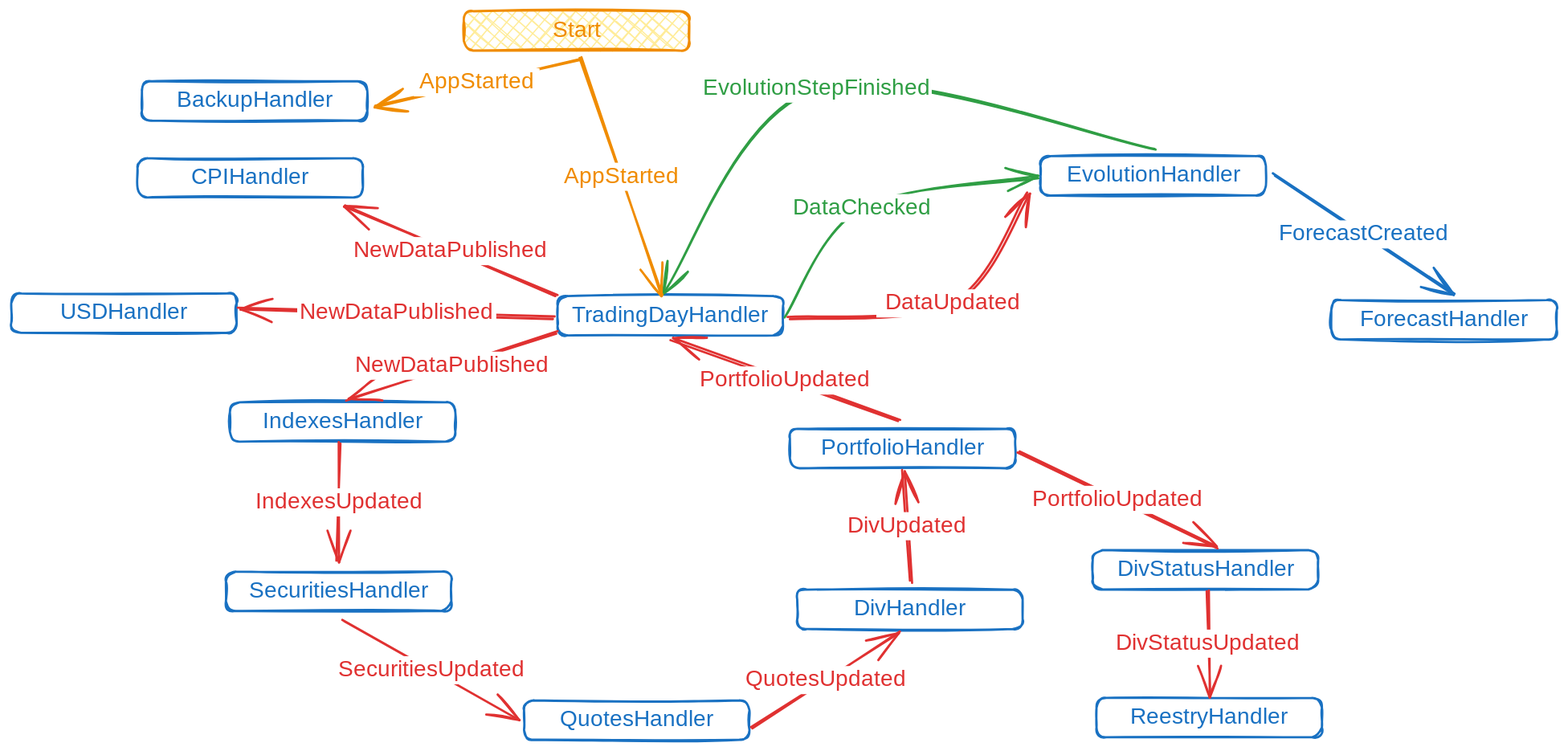
Earlier version of the Excalidraw export docs/.excalidraw.svg (WLM1ke/poptimizer). Source tidied: one line per element, renumbered; positions are measured from the earlier drawing's top-left corner, leaving out a move shared by most shapes.
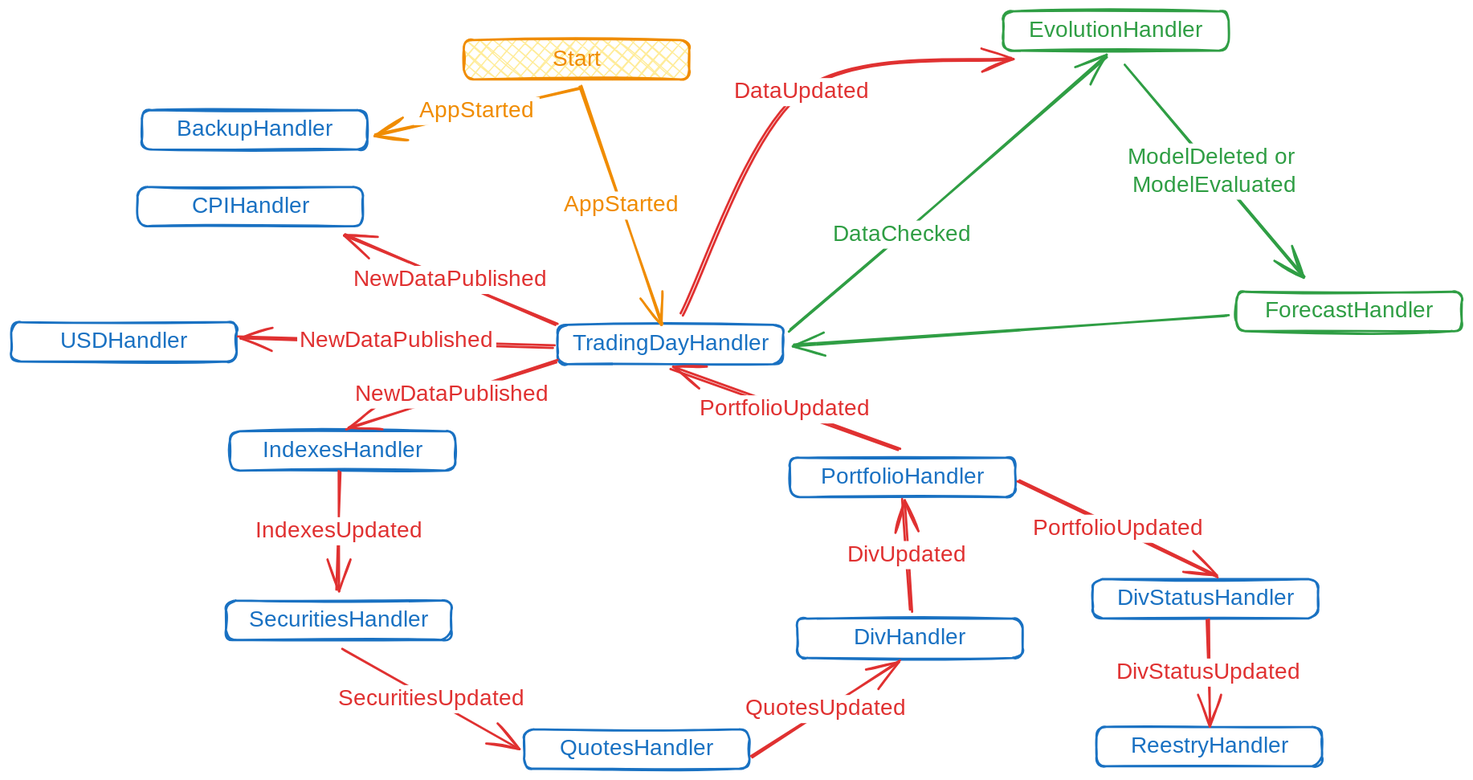
The same file after the commit.

Change to the diagram source:
```diff
@@ -1,17 +1,15 @@
 {"id": 0, "type": "rectangle", "strokeColor": "#1971c2", "strokeWidth": 2, "roughness": 1, "round": true, "x": 486, "y": 253, "width": 200, "height": 35}
 {"id": 1, "type": "text", "text": "TradingDayHandler", "strokeColor": "#1971c2", "strokeWidth": 2, "roughness": 1, "fontSize": 20, "fontFamily": 1, "textAlign": "center", "verticalAlign": "middle", "inside": 0, "x": 496, "y": 258, "width": 181, "height": 25}
-{"id": 2, "type": "rectangle", "strokeColor": "#1971c2", "strokeWidth": 2, "roughness": 1, "round": true, "x": 915, "y": 129, "width": 200, "height": 35}
+{"id": 2, "type": "rectangle", "strokeColor": "#2f9e44", "strokeWidth": 2, "roughness": 1, "round": true, "x": 882, "y": -26, "width": 200, "height": 35}
-{"id": 3, "type": "text", "text": "EvolutionHandler", "strokeColor": "#1971c2", "strokeWidth": 2, "roughness": 1, "fontSize": 20, "fontFamily": 1, "textAlign": "center", "verticalAlign": "middle", "inside": 2, "x": 937, "y": 134, "width": 158, "height": 25}
+{"id": 3, "type": "text", "text": "EvolutionHandler", "strokeColor": "#2f9e44", "strokeWidth": 2, "roughness": 1, "fontSize": 20, "fontFamily": 1, "textAlign": "center", "verticalAlign": "middle", "inside": 2, "x": 904, "y": -21, "width": 158, "height": 25}
-{"id": 4, "type": "arrow", "strokeColor": "#2f9e44", "strokeWidth": 2, "roughness": 1, "endArrowhead": "arrow", "round": true, "from": 0, "to": 2, "x": 689, "y": 271, "width": 223, "height": 123, "points": [[0, 0], [67, -96], [223, -123]]}
+{"id": 4, "type": "arrow", "strokeColor": "#2f9e44", "strokeWidth": 2, "roughness": 1, "endArrowhead": "arrow", "round": true, "from": 0, "to": 2, "x": 693, "y": 258, "width": 280, "height": 243, "points": [[0, 0], [99, -85], [280, -243]]}
 {"id": 5, "type": "text", "text": "DataChecked", "strokeColor": "#2f9e44", "strokeWidth": 2, "roughness": 1, "fontSize": 20, "fontFamily": 1, "textAlign": "center", "verticalAlign": "middle", "inside": 4, "x": 739, "y": 197, "width": 129, "height": 25}
 {"id": 6, "type": "rectangle", "strokeColor": "#1971c2", "strokeWidth": 2, "roughness": 1, "round": true, "x": 112, "y": 131, "width": 200, "height": 35}
 {"id": 7, "type": "text", "text": "CPIHandler", "strokeColor": "#1971c2", "strokeWidth": 2, "roughness": 1, "fontSize": 20, "fontFamily": 1, "textAlign": "center", "verticalAlign": "middle", "inside": 6, "x": 159, "y": 136, "width": 107, "height": 25}
 {"id": 8, "type": "arrow", "strokeColor": "#e03131", "strokeWidth": 2, "roughness": 1, "endArrowhead": "arrow", "round": true, "from": 0, "to": 6, "x": 484, "y": 253, "width": 187, "height": 80, "points": [[0, 0], [-187, -80]]}
 {"id": 9, "type": "text", "text": "NewDataPublished", "strokeColor": "#e03131", "strokeWidth": 2, "roughness": 1, "fontSize": 20, "fontFamily": 1, "textAlign": "center", "verticalAlign": "middle", "inside": 8, "x": 311, "y": 201, "width": 177, "height": 25}
-{"id": 10, "type": "arrow", "strokeColor": "#e03131", "strokeWidth": 2, "roughness": 1, "endArrowhead": "arrow", "round": true, "from": 0, "to": 2, "x": 691, "y": 273, "width": 214, "height": 112, "points": [[0, 0], [147, -13], [214, -112]]}
+{"id": 10, "type": "arrow", "strokeColor": "#e03131", "strokeWidth": 2, "roughness": 1, "endArrowhead": "arrow", "round": true, "from": 0, "to": 2, "x": 596, "y": 244, "width": 294, "height": 228, "points": [[0, 0], [107, -198], [294, -228]]}
 {"id": 11, "type": "text", "text": "DataUpdated", "strokeColor": "#e03131", "strokeWidth": 2, "roughness": 1, "fontSize": 20, "fontFamily": 1, "textAlign": "center", "verticalAlign": "middle", "inside": 10, "x": 769, "y": 247, "width": 136, "height": 25}
-{"id": 12, "type": "arrow", "strokeColor": "#2f9e44", "strokeWidth": 2, "roughness": 1, "endArrowhead": "arrow", "round": true, "from": 2, "to": 0, "x": 1017, "y": 122, "width": 436, "height": 181, "points": [[0, 0], [-300, -53], [-436, 128]]}
-{"id": 13, "type": "text", "text": "EvolutionStepFinished", "strokeColor": "#2f9e44", "strokeWidth": 2, "roughness": 1, "fontSize": 20, "fontFamily": 1, "textAlign": "center", "verticalAlign": "middle", "inside": 12, "x": 614, "y": 56, "width": 205, "height": 25}
 {"id": 14, "type": "rectangle", "strokeColor": "#1971c2", "strokeWidth": 2, "roughness": 1, "round": true, "x": 194, "y": 348, "width": 200, "height": 35}
 {"id": 15, "type": "text", "text": "IndexesHandler", "strokeColor": "#1971c2", "strokeWidth": 2, "roughness": 1, "fontSize": 20, "fontFamily": 1, "textAlign": "center", "verticalAlign": "middle", "inside": 14, "x": 222, "y": 353, "width": 145, "height": 25}
 {"id": 16, "type": "arrow", "strokeColor": "#e03131", "strokeWidth": 2, "roughness": 1, "endArrowhead": "arrow", "round": true, "from": 0, "to": 14, "x": 485, "y": 285, "width": 187, "height": 60, "points": [[0, 0], [-187, 60]]}
@@ -54,7 +52,8 @@
 {"id": 53, "type": "text", "text": "USDHandler", "strokeColor": "#1971c2", "strokeWidth": 2, "roughness": 1, "fontSize": 20, "fontFamily": 1, "textAlign": "center", "verticalAlign": "middle", "inside": 52, "x": 44, "y": 256, "width": 112, "height": 25}
 {"id": 54, "type": "arrow", "strokeColor": "#e03131", "strokeWidth": 2, "roughness": 1, "endArrowhead": "arrow", "round": true, "from": 0, "to": 52, "x": 483, "y": 272, "width": 281, "height": 8, "points": [[0, 0], [-281, -8]]}
 {"id": 55, "type": "text", "text": "NewDataPublished", "strokeColor": "#e03131", "strokeWidth": 2, "roughness": 1, "fontSize": 20, "fontFamily": 1, "textAlign": "center", "verticalAlign": "middle", "inside": 54, "x": 239, "y": 245, "width": 177, "height": 25}
-{"id": 56, "type": "rectangle", "strokeColor": "#1971c2", "strokeWidth": 2, "roughness": 1, "round": true, "x": 1174, "y": 257, "width": 200, "height": 35}
+{"id": 56, "type": "rectangle", "strokeColor": "#2f9e44", "strokeWidth": 2, "roughness": 1, "round": true, "x": 1090, "y": 224, "width": 200, "height": 35}
-{"id": 57, "type": "text", "text": "ForecastHandler", "strokeColor": "#1971c2", "strokeWidth": 2, "roughness": 1, "fontSize": 20, "fontFamily": 1, "textAlign": "center", "verticalAlign": "middle", "inside": 56, "x": 1196, "y": 262, "width": 158, "height": 25}
+{"id": 57, "type": "text", "text": "ForecastHandler", "strokeColor": "#2f9e44", "strokeWidth": 2, "roughness": 1, "fontSize": 20, "fontFamily": 1, "textAlign": "center", "verticalAlign": "middle", "inside": 56, "x": 1111, "y": 229, "width": 158, "height": 25}
-{"id": 58, "type": "arrow", "strokeColor": "#1971c2", "strokeWidth": 2, "roughness": 1, "endArrowhead": "arrow", "round": true, "from": 2, "to": 56, "x": 1123, "y": 145, "width": 161, "height": 108, "points": [[0, 0], [161, 108]]}
+{"id": 58, "type": "arrow", "strokeColor": "#2f9e44", "strokeWidth": 2, "roughness": 1, "endArrowhead": "arrow", "round": true, "from": 2, "to": 56, "x": 991, "y": 23, "width": 159, "height": 189, "points": [[0, 0], [159, 189]]}
-{"id": 59, "type": "text", "text": "ForecastCreated", "strokeColor": "#1971c2", "strokeWidth": 2, "roughness": 1, "fontSize": 20, "fontFamily": 1, "textAlign": "center", "verticalAlign": "middle", "inside": 58, "x": 1119, "y": 186, "width": 167, "height": 25}
+{"id": 59, "type": "text", "text": "ModelDeleted or \nModelEvaluated", "strokeColor": "#2f9e44", "strokeWidth": 2, "roughness": 1, "fontSize": 20, "fontFamily": 1, "textAlign": "center", "verticalAlign": "middle", "inside": 58, "x": 939, "y": 96, "width": 170, "height": 50}
+{"id": 60, "type": "arrow", "strokeColor": "#2f9e44", "strokeWidth": 2, "roughness": 1, "endArrowhead": "arrow", "round": true, "from": 56, "to": 0, "x": 1081, "y": 245, "width": 385, "height": 26, "points": [[0, 0], [-385, 26]]}
```
